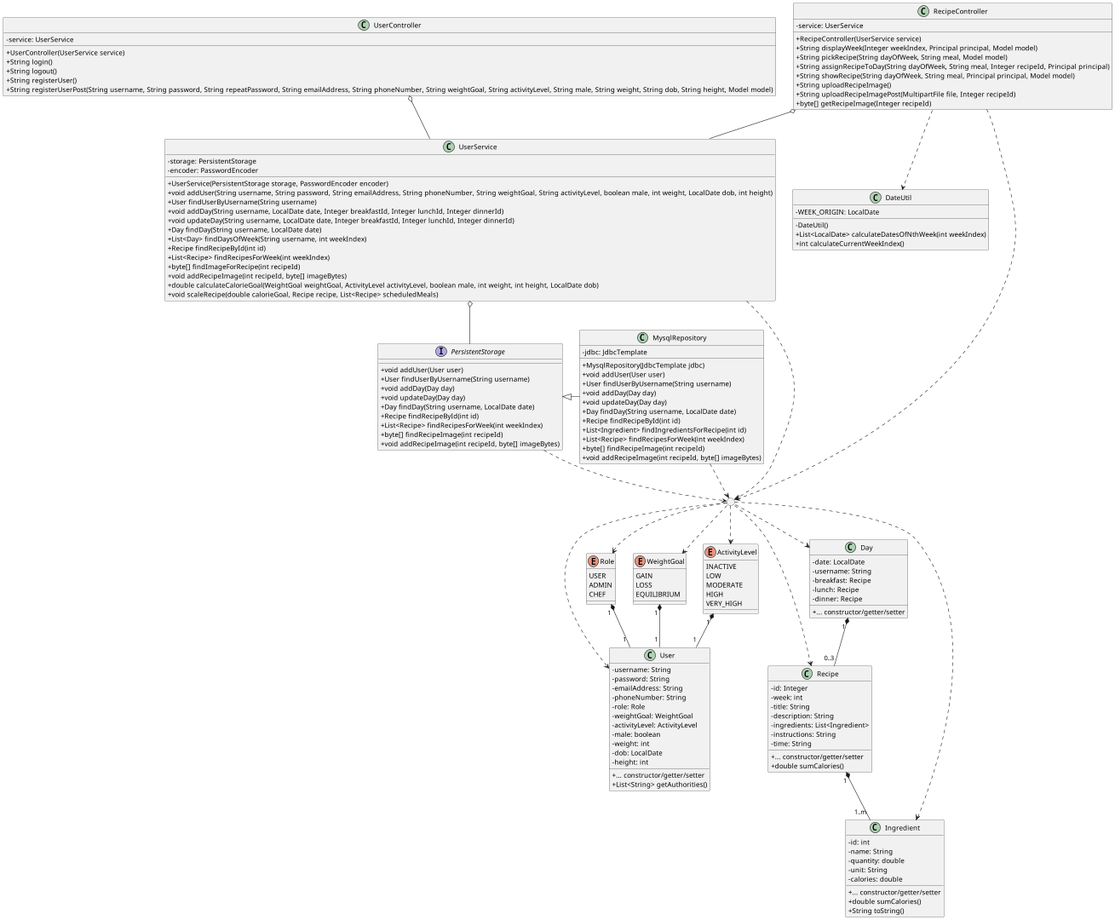
Earlier version of the PlantUML export diagram/class-diagram.png (sofush/kostplan).
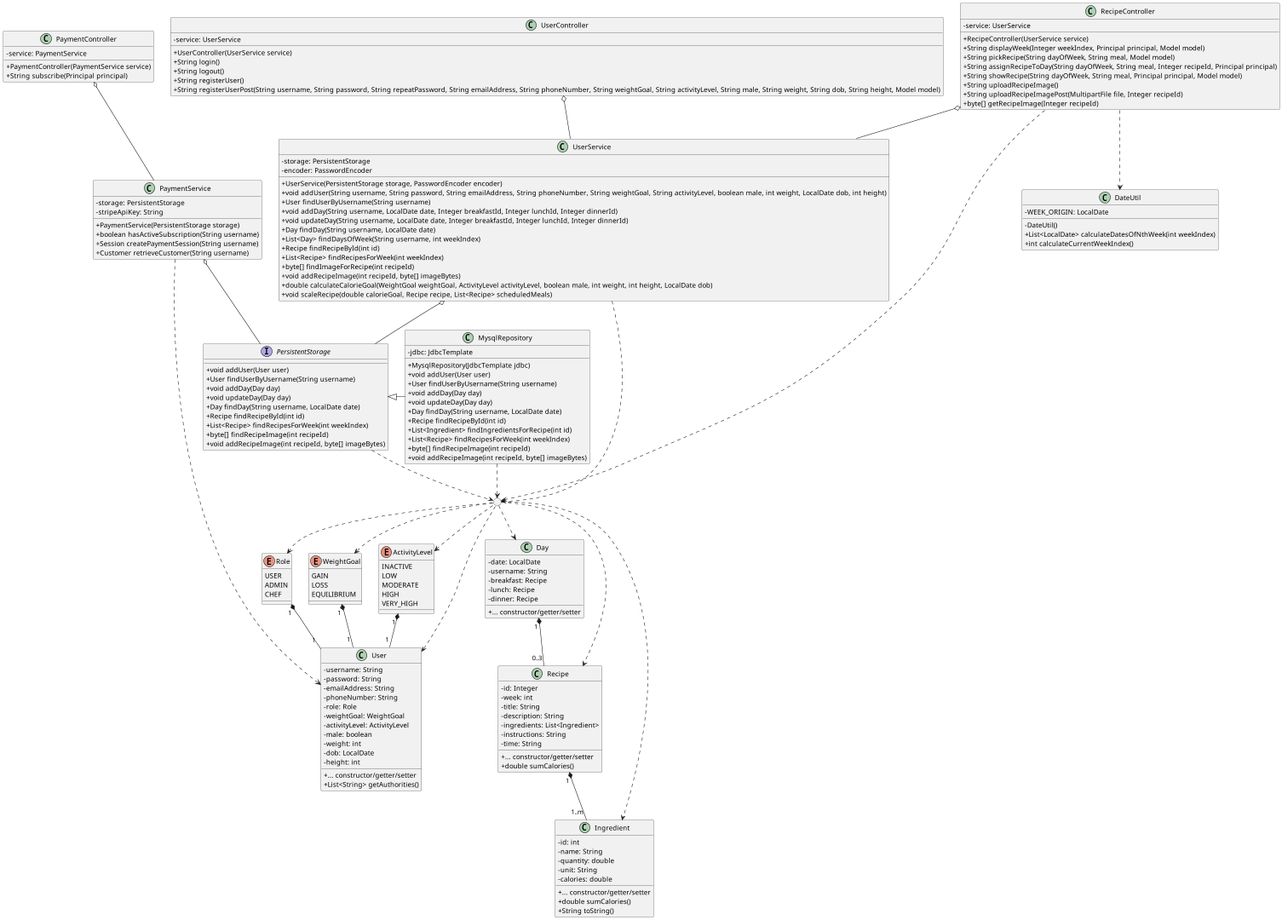
After the commit.

Commit message:
docs: add payment controller and service

The edit, as a diff of the source:
```diff
@@ -62,6 +62,11 @@
 	+ double sumCalories()
 	+ String toString()
 }
+class PaymentController {
+	- service: PaymentService
+	+ PaymentController(PaymentService service)
+	+ String subscribe(Principal principal)
+}
 class UserController {
 	- service: UserService
 	+ UserController(UserService service)
@@ -80,6 +85,14 @@
 	+ String uploadRecipeImage()
 	+ String uploadRecipeImagePost(MultipartFile file, Integer recipeId)
 	+ byte[] getRecipeImage(Integer recipeId)
+}
+class PaymentService {
+	- storage: PersistentStorage
+	- stripeApiKey: String
+	+ PaymentService(PersistentStorage storage)
+	+ boolean hasActiveSubscription(String username)
+	+ Session createPaymentSession(String username)
+	+ Customer retrieveCustomer(String username)
 }
 class UserService {
 	- storage: PersistentStorage
@@ -133,7 +146,9 @@
 circle " " as entities
 
 UserController o-- UserService
+PaymentController o-- PaymentService
 UserService o-- PersistentStorage
+PaymentService o-- PersistentStorage
 RecipeController o-- UserService
 PersistentStorage <|- MysqlRepository
 
@@ -153,8 +168,10 @@
 Recipe " 1 " *-- " 1..m " Ingredient
 RecipeController ..> entities
 UserService ..> entities
+PaymentService ..> User
 MysqlRepository ..> entities
 PersistentStorage ..> entities
 
 User -r[hidden]-- Recipe
+PaymentService -r[hidden]-- UserService
 @enduml
```
